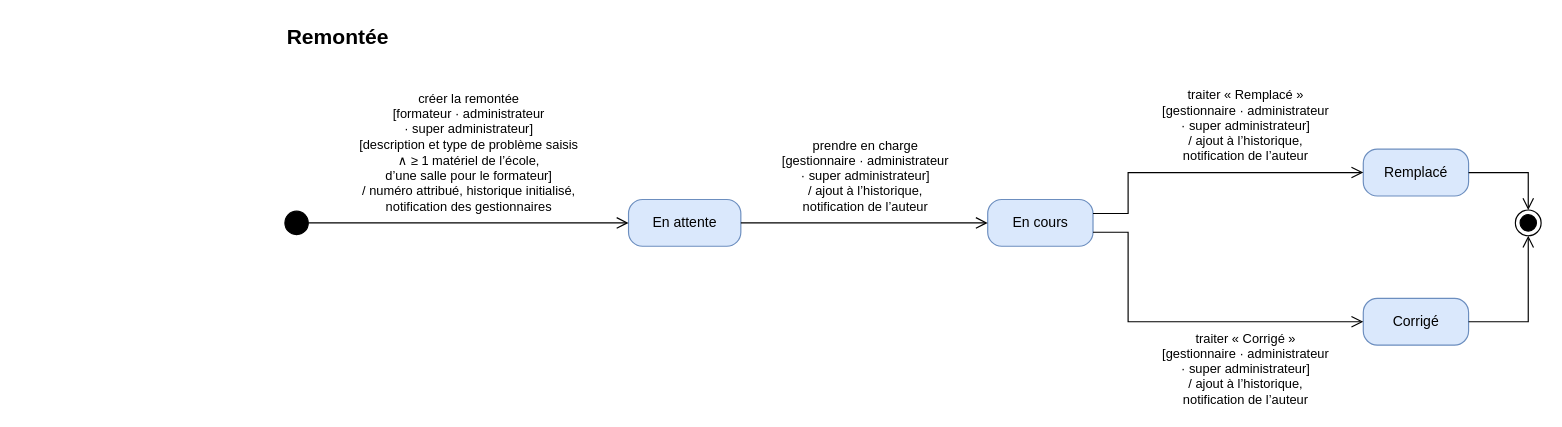
Above: page "Remontée" (1 of 4) of docs/02-ANALYSE/03-ANALYSE/01-DIAGRAMMES-ETATS.drawio in bpierrelouis/aster (draw.io), before the change. Source tidied: cells renumbered, new cells numbered last; positions are measured from the earlier drawing's top-left corner, leaving out a move shared by most shapes. Both pictures are drawn from the tidied source at 117%, with x=0, y=0 at pixel (284, 20).
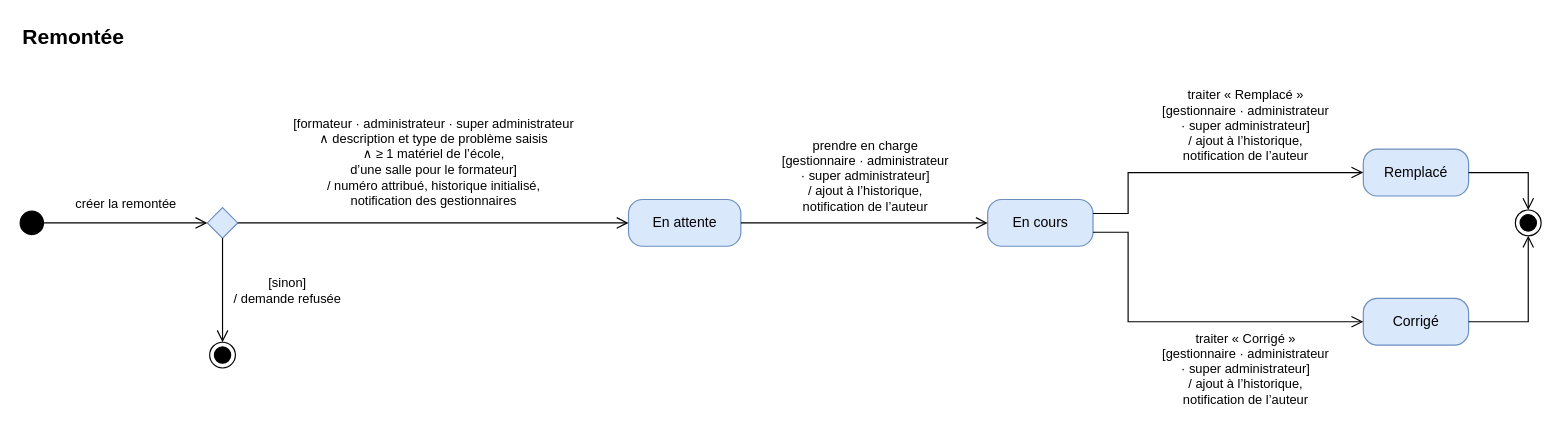
The same page after the edit.

Unchanged cells that the change refers to:
```xml
<mxCell id="4" value="En attente" style="rounded=1;arcSize=30;whiteSpace=wrap;html=1;fontSize=12;fillColor=#dae8fc;strokeColor=#6c8ebf;" parent="1" vertex="1">
  <mxGeometry x="293.7" y="153" width="96" height="40" as="geometry" />
</mxCell>
```

The edit, as a diff of the source:
```diff
@@
     <mxCell id="2" value="Remontée" style="text;html=1;align=left;verticalAlign=middle;strokeColor=none;fillColor=none;fontSize=18;fontStyle=1;" parent="1" vertex="1">
-      <mxGeometry width="600" height="30" as="geometry" />
+      <mxGeometry x="-226.3" width="600" height="30" as="geometry" />
     </mxCell>
     <mxCell id="3" style="ellipse;html=1;fillColor=#000000;strokeColor=#000000;fontSize=11;" parent="1" vertex="1">
-      <mxGeometry y="163" width="20" height="20" as="geometry" />
+      <mxGeometry x="-226.3" y="163" width="20" height="20" as="geometry" />
     </mxCell>
+    <mxCell id="15" style="rhombus;html=1;fillColor=#dae8fc;strokeColor=#6c8ebf;" parent="1" vertex="1">
+      <mxGeometry x="-66.3" y="160" width="26" height="26" as="geometry" />
+    </mxCell>
+    <mxCell id="16" style="ellipse;html=1;shape=endState;fillColor=#000000;strokeColor=#000000;fontSize=11;" parent="1" vertex="1">
+      <mxGeometry x="-64.3" y="275" width="22" height="22" as="geometry" />
+    </mxCell>
@@
-    <mxCell id="9" value="créer la remontée&lt;br&gt;[formateur · administrateur&lt;br&gt;· super administrateur]&lt;br&gt;[description et type de problème saisis&lt;br&gt;∧ ≥ 1 matériel de l’école,&lt;br&gt;d’une salle pour le formateur]&lt;br&gt;/ numéro attribué, historique initialisé,&lt;br&gt;notification des gestionnaires" style="edgeStyle=orthogonalEdgeStyle;endArrow=open;endSize=8;html=1;rounded=0;fontSize=11;labelBackgroundColor=#ffffff;jumpStyle=arc;jumpSize=10;exitX=1;exitY=0.5;exitDx=0;exitDy=0;entryX=0;entryY=0.5;entryDx=0;entryDy=0;" parent="1" edge="1" source="3" target="4">
+    <mxCell id="9" value="créer la remontée" style="edgeStyle=orthogonalEdgeStyle;endArrow=open;endSize=8;html=1;rounded=0;fontSize=11;labelBackgroundColor=#ffffff;jumpStyle=arc;jumpSize=10;exitX=1;exitY=0.5;exitDx=0;exitDy=0;entryX=0;entryY=0.5;entryDx=0;entryDy=0;" parent="1" edge="1" source="3" target="15">
       <mxGeometry relative="1" as="geometry">
-        <mxPoint y="-60" as="offset" />
+        <mxPoint y="-16" as="offset" />
       </mxGeometry>
     </mxCell>
+    <mxCell id="17" value="[formateur · administrateur · super administrateur&lt;br&gt;∧ description et type de problème saisis&lt;br&gt;∧ ≥ 1 matériel de l’école,&lt;br&gt;d’une salle pour le formateur]&lt;br&gt;/ numéro attribué, historique initialisé,&lt;br&gt;notification des gestionnaires" style="edgeStyle=orthogonalEdgeStyle;endArrow=open;endSize=8;html=1;rounded=0;fontSize=11;labelBackgroundColor=#ffffff;jumpStyle=arc;jumpSize=10;exitX=1;exitY=0.5;exitDx=0;exitDy=0;entryX=0;entryY=0.5;entryDx=0;entryDy=0;" parent="1" edge="1" source="15" target="4">
+      <mxGeometry relative="1" as="geometry">
+        <mxPoint y="-52" as="offset" />
+      </mxGeometry>
+    </mxCell>
+    <mxCell id="18" value="[sinon]&lt;br&gt;/ demande refusée" style="edgeStyle=orthogonalEdgeStyle;endArrow=open;endSize=8;html=1;rounded=0;fontSize=11;labelBackgroundColor=#ffffff;jumpStyle=arc;jumpSize=10;exitX=0.5;exitY=1;exitDx=0;exitDy=0;entryX=0.5;entryY=0;entryDx=0;entryDy=0;" parent="1" edge="1" source="15" target="16">
+      <mxGeometry relative="1" as="geometry">
+        <mxPoint x="55" as="offset" />
+      </mxGeometry>
+    </mxCell>
```
